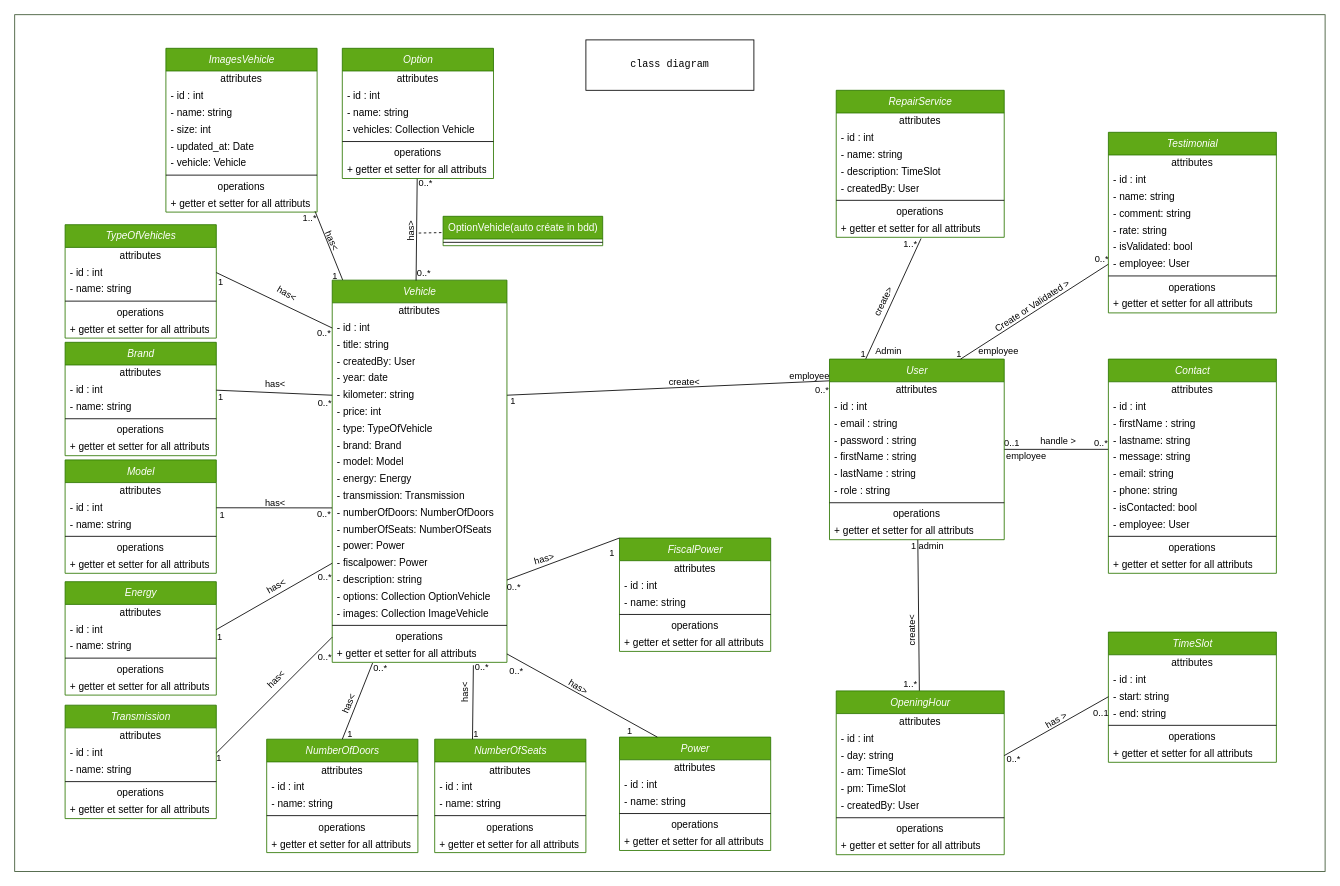
This is documentations/DIO/diag-class.dio from SandrineOrieux/Garage-V-Parrot, a draw.io file, before an edit. Source tidied: cells renumbered, new cells numbered last; positions are measured from the earlier drawing's top-left corner, leaving out a move shared by most shapes. Both pictures are drawn from the tidied source at 84%, with x=0, y=0 at pixel (14, 14).
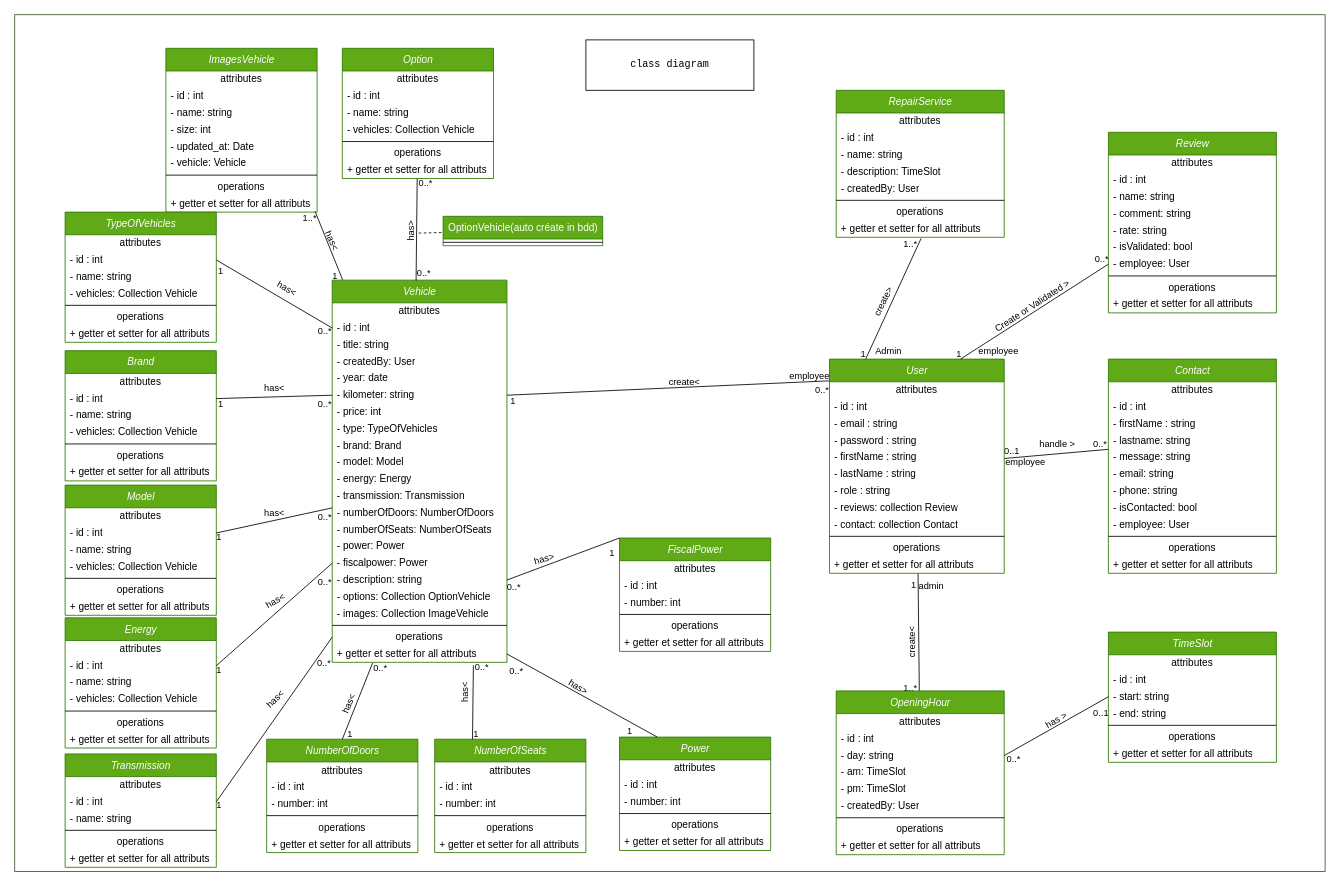
The same page after the edit.

The change refers to these unchanged cells:
```xml
<mxCell id="9" style="edgeStyle=none;html=1;strokeColor=#000000;fontColor=#000000;endArrow=none;endFill=0;" parent="1" edge="1" source="25" target="76">
  <mxGeometry relative="1" as="geometry" />
</mxCell>
<mxCell id="94" value="&lt;i&gt;Vehicle&lt;/i&gt;" style="swimlane;fontStyle=0;align=center;verticalAlign=top;horizontal=1;startSize=27;html=1;fillColor=#60a917;strokeColor=#2D7600;fontColor=#ffffff;" parent="1" vertex="1">
  <mxGeometry x="378" y="316" width="208" height="455" as="geometry" />
</mxCell>
<mxCell id="177" style="edgeStyle=none;html=1;entryX=1;entryY=0.5;entryDx=0;entryDy=0;strokeColor=#000000;fontColor=#000000;endArrow=none;endFill=0;exitX=-0.001;exitY=0.208;exitDx=0;exitDy=0;exitPerimeter=0;" parent="1" edge="1" source="107" target="172">
  <mxGeometry relative="1" as="geometry" />
</mxCell>
<mxCell id="188" style="edgeStyle=none;html=1;entryX=1;entryY=0.5;entryDx=0;entryDy=0;strokeColor=#000000;fontColor=#000000;endArrow=none;endFill=0;exitX=0;exitY=0.5;exitDx=0;exitDy=0;" parent="1" edge="1" source="110" target="183">
  <mxGeometry relative="1" as="geometry" />
</mxCell>
<mxCell id="199" style="edgeStyle=none;html=1;entryX=1;entryY=0.5;entryDx=0;entryDy=0;strokeColor=#000000;fontColor=#000000;endArrow=none;endFill=0;exitX=0;exitY=0.5;exitDx=0;exitDy=0;" parent="1" edge="1" source="115" target="194">
  <mxGeometry relative="1" as="geometry" />
</mxCell>
<mxCell id="203" value="&lt;i&gt;NumberOfDoors&lt;/i&gt;" style="swimlane;fontStyle=0;align=center;verticalAlign=top;horizontal=1;startSize=27;html=1;fillColor=#60a917;strokeColor=#2D7600;fontColor=#ffffff;" parent="1" vertex="1">
  <mxGeometry x="300" y="862.5" width="180" height="135" as="geometry" />
</mxCell>
<mxCell id="214" value="&lt;i&gt;NumberOfSeats&lt;/i&gt;" style="swimlane;fontStyle=0;align=center;verticalAlign=top;horizontal=1;startSize=27;html=1;fillColor=#60a917;strokeColor=#2D7600;fontColor=#ffffff;" parent="1" vertex="1">
  <mxGeometry x="500" y="862.5" width="180" height="135" as="geometry" />
</mxCell>
<mxCell id="225" value="&lt;i&gt;FiscalPower&lt;/i&gt;" style="swimlane;fontStyle=0;align=center;verticalAlign=top;horizontal=1;startSize=27;html=1;fillColor=#60a917;strokeColor=#2D7600;fontColor=#ffffff;" parent="1" vertex="1">
  <mxGeometry x="720" y="623" width="180" height="135" as="geometry" />
</mxCell>
<mxCell id="236" value="&lt;i&gt;Power&lt;/i&gt;" style="swimlane;fontStyle=0;align=center;verticalAlign=top;horizontal=1;startSize=27;html=1;fillColor=#60a917;strokeColor=#2D7600;fontColor=#ffffff;" parent="1" vertex="1">
  <mxGeometry x="720" y="860" width="180" height="135" as="geometry" />
</mxCell>
```

Diff of the diagram source:
```diff
@@
     <mxCell id="10" value="admin" style="edgeLabel;html=1;align=center;verticalAlign=middle;fontColor=#000000;labelBackgroundColor=none;" parent="9" vertex="1">
       <mxGeometry x="-0.71" y="1" relative="1" as="geometry">
-        <mxPoint x="14" y="-19" as="offset" />
+        <mxPoint x="14" y="-5" as="offset" />
       </mxGeometry>
     </mxCell>
@@
     <mxCell id="12" value="1..*" style="edgeLabel;html=1;align=center;verticalAlign=middle;fontColor=#000000;labelBackgroundColor=none;" parent="9" vertex="1">
       <mxGeometry x="0.66" y="1" relative="1" as="geometry">
-        <mxPoint x="-12" y="23" as="offset" />
+        <mxPoint x="-12" y="21" as="offset" />
       </mxGeometry>
     </mxCell>
     <mxCell id="13" value="1" style="edgeLabel;html=1;align=center;verticalAlign=middle;fontColor=#000000;labelBackgroundColor=none;" parent="9" vertex="1">
       <mxGeometry x="-0.71" y="1" relative="1" as="geometry">
-        <mxPoint x="-7" y="-19" as="offset" />
+        <mxPoint x="-7" y="-6" as="offset" />
       </mxGeometry>
     </mxCell>
@@
     <mxCell id="25" value="&lt;i&gt;User&lt;/i&gt;" style="swimlane;fontStyle=0;align=center;verticalAlign=top;horizontal=1;startSize=27;html=1;fillColor=#60a917;strokeColor=#2D7600;fontColor=#ffffff;" parent="1" vertex="1">
-      <mxGeometry x="970" y="410" width="208" height="215" as="geometry" />
+      <mxGeometry x="970" y="410" width="208" height="255" as="geometry" />
     </mxCell>
@@
+    <mxCell id="247" value="- reviews: collection Review" style="text;html=1;strokeColor=none;fillColor=none;align=left;verticalAlign=middle;spacingLeft=4;spacingRight=4;overflow=hidden;fontColor=#000000;" parent="25" vertex="1">
+      <mxGeometry y="167" width="208" height="20" as="geometry" />
+    </mxCell>
+    <mxCell id="248" value="- contact: collection Contact" style="text;html=1;strokeColor=none;fillColor=none;align=left;verticalAlign=middle;spacingLeft=4;spacingRight=4;overflow=hidden;fontColor=#000000;" parent="25" vertex="1">
+      <mxGeometry y="187" width="208" height="20" as="geometry" />
+    </mxCell>
     <mxCell id="33" style="line;strokeWidth=1;fillColor=none;align=left;verticalAlign=middle;spacingTop=-1;spacingLeft=3;spacingRight=3;labelPosition=right;fontColor=#000000;" parent="25" vertex="1">
-      <mxGeometry y="167" width="208" height="8" as="geometry" />
+      <mxGeometry y="207" width="208" height="8" as="geometry" />
     </mxCell>
     <mxCell id="34" value="operations" style="text;html=1;strokeColor=none;fillColor=none;align=center;verticalAlign=middle;spacingLeft=4;spacingRight=4;overflow=hidden;fontColor=#000000;" parent="25" vertex="1">
-      <mxGeometry y="175" width="208" height="20" as="geometry" />
+      <mxGeometry y="215" width="208" height="20" as="geometry" />
     </mxCell>
     <mxCell id="35" value="+ getter et setter for all attributs" style="text;html=1;strokeColor=none;fillColor=none;align=left;verticalAlign=middle;spacingLeft=4;spacingRight=4;overflow=hidden;fontColor=#000000;" parent="25" vertex="1">
-      <mxGeometry y="195" width="208" height="20" as="geometry" />
+      <mxGeometry y="235" width="208" height="20" as="geometry" />
     </mxCell>
@@
-    <mxCell id="44" value="&lt;i&gt;Testimonial&lt;/i&gt;" style="swimlane;fontStyle=0;align=center;verticalAlign=top;horizontal=1;startSize=27;html=1;fillColor=#60a917;strokeColor=#2D7600;fontColor=#ffffff;" parent="1" vertex="1">
+    <mxCell id="44" value="&lt;i&gt;Review&lt;/i&gt;" style="swimlane;fontStyle=0;align=center;verticalAlign=top;horizontal=1;startSize=27;html=1;fillColor=#60a917;strokeColor=#2D7600;fontColor=#ffffff;" parent="1" vertex="1">
       <mxGeometry x="1302" y="140" width="200" height="215" as="geometry" />
     </mxCell>
@@
-    <mxCell id="102" value="- type: TypeOfVehicle" style="text;html=1;strokeColor=none;fillColor=none;align=left;verticalAlign=middle;spacingLeft=4;spacingRight=4;overflow=hidden;fontColor=#000000;" parent="94" vertex="1">
+    <mxCell id="102" value="- type: TypeOfVehicles" style="text;html=1;strokeColor=none;fillColor=none;align=left;verticalAlign=middle;spacingLeft=4;spacingRight=4;overflow=hidden;fontColor=#000000;" parent="94" vertex="1">
       <mxGeometry y="167" width="208" height="20" as="geometry" />
     </mxCell>
@@
     <mxCell id="148" value="&lt;i&gt;TypeOfVehicles&lt;/i&gt;" style="swimlane;fontStyle=0;align=center;verticalAlign=top;horizontal=1;startSize=27;html=1;fillColor=#60a917;strokeColor=#2D7600;fontColor=#ffffff;" parent="1" vertex="1">
-      <mxGeometry x="60" y="250" width="180" height="135" as="geometry" />
+      <mxGeometry x="60" y="235" width="180" height="155" as="geometry" />
     </mxCell>
@@
+    <mxCell id="249" value="- vehicles: Collection Vehicle" style="text;html=1;strokeColor=none;fillColor=none;align=left;verticalAlign=middle;spacingLeft=4;spacingRight=4;overflow=hidden;fontColor=#000000;" parent="148" vertex="1">
+      <mxGeometry y="87" width="180" height="20" as="geometry" />
+    </mxCell>
     <mxCell id="152" style="line;strokeWidth=1;fillColor=none;align=left;verticalAlign=middle;spacingTop=-1;spacingLeft=3;spacingRight=3;labelPosition=right;fontColor=#000000;" parent="148" vertex="1">
-      <mxGeometry y="87" width="180" height="8" as="geometry" />
+      <mxGeometry y="107" width="180" height="8" as="geometry" />
     </mxCell>
     <mxCell id="153" value="operations" style="text;html=1;strokeColor=none;fillColor=none;align=center;verticalAlign=middle;spacingLeft=4;spacingRight=4;overflow=hidden;fontColor=#000000;" parent="148" vertex="1">
-      <mxGeometry y="95" width="180" height="20" as="geometry" />
+      <mxGeometry y="115" width="180" height="20" as="geometry" />
     </mxCell>
     <mxCell id="154" value="+ getter et setter for all attributs" style="text;html=1;strokeColor=none;fillColor=none;align=left;verticalAlign=middle;spacingLeft=4;spacingRight=4;overflow=hidden;fontColor=#000000;" parent="148" vertex="1">
-      <mxGeometry y="115" width="180" height="20" as="geometry" />
+      <mxGeometry y="135" width="180" height="20" as="geometry" />
     </mxCell>
@@
     <mxCell id="159" value="&lt;i&gt;Brand&lt;/i&gt;" style="swimlane;fontStyle=0;align=center;verticalAlign=top;horizontal=1;startSize=27;html=1;fillColor=#60a917;strokeColor=#2D7600;fontColor=#ffffff;" parent="1" vertex="1">
-      <mxGeometry x="60" y="390" width="180" height="135" as="geometry" />
+      <mxGeometry x="60" y="400" width="180" height="155" as="geometry" />
     </mxCell>
@@
+    <mxCell id="250" value="- vehicles: Collection Vehicle" style="text;html=1;strokeColor=none;fillColor=none;align=left;verticalAlign=middle;spacingLeft=4;spacingRight=4;overflow=hidden;fontColor=#000000;" parent="159" vertex="1">
+      <mxGeometry y="87" width="180" height="20" as="geometry" />
+    </mxCell>
     <mxCell id="163" style="line;strokeWidth=1;fillColor=none;align=left;verticalAlign=middle;spacingTop=-1;spacingLeft=3;spacingRight=3;labelPosition=right;fontColor=#000000;" parent="159" vertex="1">
-      <mxGeometry y="87" width="180" height="8" as="geometry" />
+      <mxGeometry y="107" width="180" height="8" as="geometry" />
     </mxCell>
     <mxCell id="164" value="operations" style="text;html=1;strokeColor=none;fillColor=none;align=center;verticalAlign=middle;spacingLeft=4;spacingRight=4;overflow=hidden;fontColor=#000000;" parent="159" vertex="1">
-      <mxGeometry y="95" width="180" height="20" as="geometry" />
+      <mxGeometry y="115" width="180" height="20" as="geometry" />
     </mxCell>
     <mxCell id="165" value="+ getter et setter for all attributs" style="text;html=1;strokeColor=none;fillColor=none;align=left;verticalAlign=middle;spacingLeft=4;spacingRight=4;overflow=hidden;fontColor=#000000;" parent="159" vertex="1">
-      <mxGeometry y="115" width="180" height="20" as="geometry" />
+      <mxGeometry y="135" width="180" height="20" as="geometry" />
     </mxCell>
@@
     <mxCell id="170" value="&lt;i&gt;Model&lt;/i&gt;" style="swimlane;fontStyle=0;align=center;verticalAlign=top;horizontal=1;startSize=27;html=1;fillColor=#60a917;strokeColor=#2D7600;fontColor=#ffffff;" parent="1" vertex="1">
-      <mxGeometry x="60" y="530" width="180" height="135" as="geometry" />
+      <mxGeometry x="60" y="560" width="180" height="155" as="geometry" />
     </mxCell>
@@
+    <mxCell id="251" value="- vehicles: Collection Vehicle" style="text;html=1;strokeColor=none;fillColor=none;align=left;verticalAlign=middle;spacingLeft=4;spacingRight=4;overflow=hidden;fontColor=#000000;" parent="170" vertex="1">
+      <mxGeometry y="87" width="180" height="20" as="geometry" />
+    </mxCell>
     <mxCell id="174" style="line;strokeWidth=1;fillColor=none;align=left;verticalAlign=middle;spacingTop=-1;spacingLeft=3;spacingRight=3;labelPosition=right;fontColor=#000000;" parent="170" vertex="1">
-      <mxGeometry y="87" width="180" height="8" as="geometry" />
+      <mxGeometry y="107" width="180" height="8" as="geometry" />
     </mxCell>
     <mxCell id="175" value="operations" style="text;html=1;strokeColor=none;fillColor=none;align=center;verticalAlign=middle;spacingLeft=4;spacingRight=4;overflow=hidden;fontColor=#000000;" parent="170" vertex="1">
-      <mxGeometry y="95" width="180" height="20" as="geometry" />
+      <mxGeometry y="115" width="180" height="20" as="geometry" />
     </mxCell>
     <mxCell id="176" value="+ getter et setter for all attributs" style="text;html=1;strokeColor=none;fillColor=none;align=left;verticalAlign=middle;spacingLeft=4;spacingRight=4;overflow=hidden;fontColor=#000000;" parent="170" vertex="1">
-      <mxGeometry y="115" width="180" height="20" as="geometry" />
+      <mxGeometry y="135" width="180" height="20" as="geometry" />
     </mxCell>
@@
     <mxCell id="179" value="1" style="edgeLabel;html=1;align=center;verticalAlign=middle;fontColor=#000000;labelBackgroundColor=none;" parent="177" vertex="1">
       <mxGeometry x="0.7" y="-1" relative="1" as="geometry">
-        <mxPoint x="-14" y="9" as="offset" />
+        <mxPoint x="-18" y="10" as="offset" />
       </mxGeometry>
     </mxCell>
@@
     <mxCell id="181" value="&lt;i&gt;Energy&lt;/i&gt;" style="swimlane;fontStyle=0;align=center;verticalAlign=top;horizontal=1;startSize=27;html=1;fillColor=#60a917;strokeColor=#2D7600;fontColor=#ffffff;" parent="1" vertex="1">
-      <mxGeometry x="60" y="675" width="180" height="135" as="geometry" />
+      <mxGeometry x="60" y="718" width="180" height="155" as="geometry" />
     </mxCell>
@@
+    <mxCell id="252" value="- vehicles: Collection Vehicle" style="text;html=1;strokeColor=none;fillColor=none;align=left;verticalAlign=middle;spacingLeft=4;spacingRight=4;overflow=hidden;fontColor=#000000;" parent="181" vertex="1">
+      <mxGeometry y="87" width="180" height="20" as="geometry" />
+    </mxCell>
     <mxCell id="185" style="line;strokeWidth=1;fillColor=none;align=left;verticalAlign=middle;spacingTop=-1;spacingLeft=3;spacingRight=3;labelPosition=right;fontColor=#000000;" parent="181" vertex="1">
-      <mxGeometry y="87" width="180" height="8" as="geometry" />
+      <mxGeometry y="107" width="180" height="8" as="geometry" />
     </mxCell>
     <mxCell id="186" value="operations" style="text;html=1;strokeColor=none;fillColor=none;align=center;verticalAlign=middle;spacingLeft=4;spacingRight=4;overflow=hidden;fontColor=#000000;" parent="181" vertex="1">
-      <mxGeometry y="95" width="180" height="20" as="geometry" />
+      <mxGeometry y="115" width="180" height="20" as="geometry" />
     </mxCell>
     <mxCell id="187" value="+ getter et setter for all attributs" style="text;html=1;strokeColor=none;fillColor=none;align=left;verticalAlign=middle;spacingLeft=4;spacingRight=4;overflow=hidden;fontColor=#000000;" parent="181" vertex="1">
-      <mxGeometry y="115" width="180" height="20" as="geometry" />
+      <mxGeometry y="135" width="180" height="20" as="geometry" />
     </mxCell>
@@
     <mxCell id="190" value="1" style="edgeLabel;html=1;align=center;verticalAlign=middle;fontColor=#000000;labelBackgroundColor=none;" parent="188" vertex="1">
       <mxGeometry x="0.7" y="-1" relative="1" as="geometry">
-        <mxPoint x="-17" y="21" as="offset" />
+        <mxPoint x="-17" y="23" as="offset" />
       </mxGeometry>
     </mxCell>
@@
     <mxCell id="192" value="&lt;i&gt;Transmission&lt;/i&gt;" style="swimlane;fontStyle=0;align=center;verticalAlign=top;horizontal=1;startSize=27;html=1;fillColor=#60a917;strokeColor=#2D7600;fontColor=#ffffff;" parent="1" vertex="1">
-      <mxGeometry x="60" y="822" width="180" height="135" as="geometry" />
+      <mxGeometry x="60" y="880" width="180" height="135" as="geometry" />
     </mxCell>
@@
     <mxCell id="201" value="1" style="edgeLabel;html=1;align=center;verticalAlign=middle;fontColor=#000000;labelBackgroundColor=none;" parent="199" vertex="1">
       <mxGeometry x="0.7" y="-1" relative="1" as="geometry">
-        <mxPoint x="-17" y="27" as="offset" />
+        <mxPoint x="-17" y="33" as="offset" />
       </mxGeometry>
     </mxCell>
@@
-    <mxCell id="206" value="- name: string" style="text;html=1;strokeColor=none;fillColor=none;align=left;verticalAlign=middle;spacingLeft=4;spacingRight=4;overflow=hidden;fontColor=#000000;" parent="203" vertex="1">
+    <mxCell id="206" value="- number: int" style="text;html=1;strokeColor=none;fillColor=none;align=left;verticalAlign=middle;spacingLeft=4;spacingRight=4;overflow=hidden;fontColor=#000000;" parent="203" vertex="1">
       <mxGeometry y="67" width="180" height="20" as="geometry" />
     </mxCell>
@@
-    <mxCell id="217" value="- name: string" style="text;html=1;strokeColor=none;fillColor=none;align=left;verticalAlign=middle;spacingLeft=4;spacingRight=4;overflow=hidden;fontColor=#000000;" parent="214" vertex="1">
+    <mxCell id="217" value="- number: int" style="text;html=1;strokeColor=none;fillColor=none;align=left;verticalAlign=middle;spacingLeft=4;spacingRight=4;overflow=hidden;fontColor=#000000;" parent="214" vertex="1">
       <mxGeometry y="67" width="180" height="20" as="geometry" />
     </mxCell>
@@
-    <mxCell id="228" value="- name: string" style="text;html=1;strokeColor=none;fillColor=none;align=left;verticalAlign=middle;spacingLeft=4;spacingRight=4;overflow=hidden;fontColor=#000000;" parent="225" vertex="1">
-      <mxGeometry y="67" width="180" height="20" as="geometry" />
-    </mxCell>
+    <mxCell id="253" value="- number: int" style="text;html=1;strokeColor=none;fillColor=none;align=left;verticalAlign=middle;spacingLeft=4;spacingRight=4;overflow=hidden;fontColor=#000000;" parent="225" vertex="1">
+      <mxGeometry y="67" width="180" height="20" as="geometry" />
+    </mxCell>
@@
-    <mxCell id="239" value="- name: string" style="text;html=1;strokeColor=none;fillColor=none;align=left;verticalAlign=middle;spacingLeft=4;spacingRight=4;overflow=hidden;fontColor=#000000;" parent="236" vertex="1">
+    <mxCell id="239" value="- number: int" style="text;html=1;strokeColor=none;fillColor=none;align=left;verticalAlign=middle;spacingLeft=4;spacingRight=4;overflow=hidden;fontColor=#000000;" parent="236" vertex="1">
       <mxGeometry y="67" width="180" height="20" as="geometry" />
     </mxCell>
```
